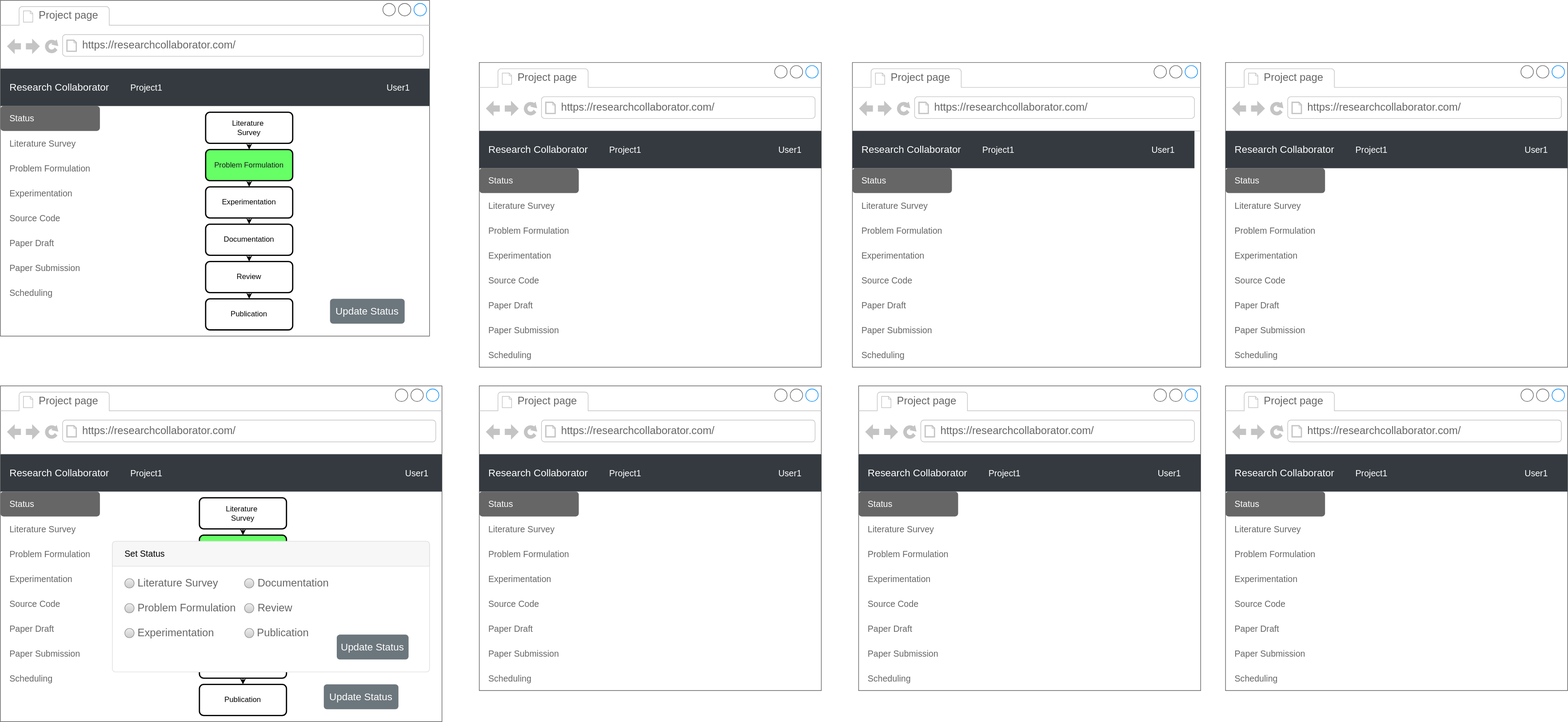
Before: mockups/project_tabs.svg, a diagram exported from draw.io (ajayago/research-collaborator). Source tidied: cells renumbered, new cells last; positions are measured from the earlier drawing's top-left corner, leaving out a move shared by most shapes.
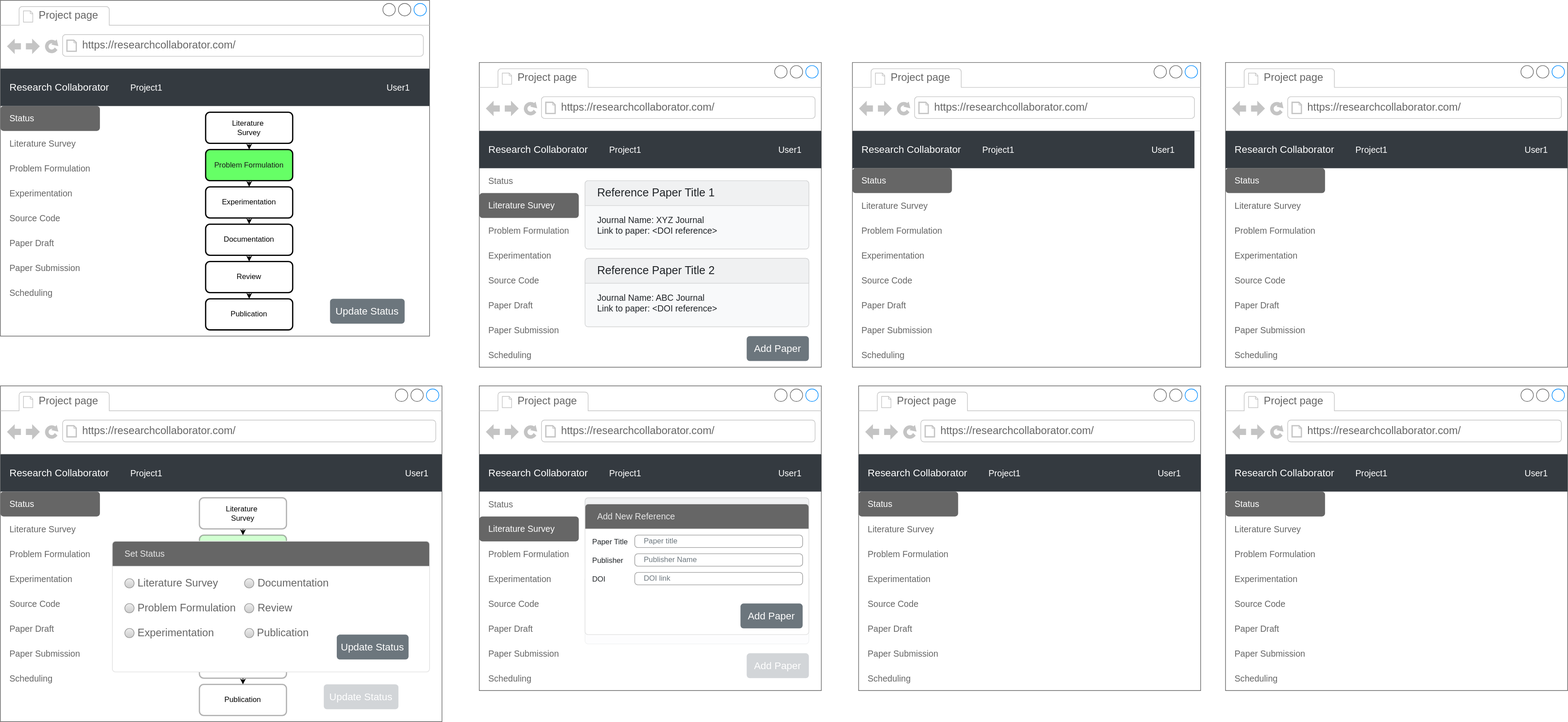
Later version of the same file.

Commit message:
Update project_tabs.svg - Added literature survey and update page

What changed in the source:
```diff
@@ -90,5 +90,2 @@
     </mxCell>
-    <mxCell id="28" value="Status" style="html=1;shadow=0;dashed=0;shape=mxgraph.bootstrap.rrect;rSize=5;strokeColor=none;fontSize=14;fontColor=#ffffff;align=left;spacing=15;fillColor=#666666;" parent="22" vertex="1">
-      <mxGeometry y="170" width="160" height="40" as="geometry" />
-    </mxCell>
     <mxCell id="29" value="Literature Survey" style="fillColor=none;strokeColor=none;fontSize=14;align=left;spacing=15;fontColor=#666666;" parent="22" vertex="1">
@@ -114,2 +111,23 @@
     </mxCell>
+    <mxCell id="147" value="Literature Survey" style="html=1;shadow=0;dashed=0;shape=mxgraph.bootstrap.rrect;rSize=5;strokeColor=none;fontSize=14;fontColor=#ffffff;align=left;spacing=15;fillColor=#666666;" parent="22" vertex="1">
+      <mxGeometry y="210" width="160" height="40" as="geometry" />
+    </mxCell>
+    <mxCell id="148" value="Status" style="fillColor=none;strokeColor=none;fontSize=14;align=left;spacing=15;fontColor=#666666;" parent="22" vertex="1">
+      <mxGeometry y="170" width="130" height="40" as="geometry" />
+    </mxCell>
+    <mxCell id="149" value="Journal Name: XYZ Journal&lt;br&gt;Link to paper: &amp;lt;DOI reference&amp;gt;" style="html=1;shadow=0;dashed=0;shape=mxgraph.bootstrap.rrect;rSize=5;strokeColor=#D2D3D4;html=1;whiteSpace=wrap;fillColor=#F8F9FA;fontColor=#212529;verticalAlign=bottom;align=left;spacing=20;spacingBottom=0;fontSize=14;" parent="22" vertex="1">
+      <mxGeometry x="170" y="190" width="360" height="110" as="geometry" />
+    </mxCell>
+    <mxCell id="150" value="Reference Paper Title 1" style="html=1;shadow=0;dashed=0;shape=mxgraph.bootstrap.topButton;rSize=5;perimeter=none;whiteSpace=wrap;fillColor=#F0F1F2;strokeColor=#D2D3D4;fontColor=#212529;fontSize=18;align=left;spacing=20;" parent="149" vertex="1">
+      <mxGeometry width="360" height="40" relative="1" as="geometry" />
+    </mxCell>
+    <mxCell id="151" value="Journal Name: ABC Journal&lt;br&gt;Link to paper: &amp;lt;DOI reference&amp;gt;" style="html=1;shadow=0;dashed=0;shape=mxgraph.bootstrap.rrect;rSize=5;strokeColor=#D2D3D4;html=1;whiteSpace=wrap;fillColor=#F8F9FA;fontColor=#212529;verticalAlign=bottom;align=left;spacing=20;spacingBottom=0;fontSize=14;" parent="22" vertex="1">
+      <mxGeometry x="170" y="315" width="360" height="110" as="geometry" />
+    </mxCell>
+    <mxCell id="152" value="Reference Paper Title 2" style="html=1;shadow=0;dashed=0;shape=mxgraph.bootstrap.topButton;rSize=5;perimeter=none;whiteSpace=wrap;fillColor=#F0F1F2;strokeColor=#D2D3D4;fontColor=#212529;fontSize=18;align=left;spacing=20;" parent="151" vertex="1">
+      <mxGeometry width="360" height="40" relative="1" as="geometry" />
+    </mxCell>
+    <mxCell id="153" value="Add Paper" style="html=1;shadow=0;dashed=0;shape=mxgraph.bootstrap.rrect;rSize=5;strokeColor=none;strokeWidth=1;fillColor=#6C767D;fontColor=#FFFFFF;whiteSpace=wrap;align=center;verticalAlign=middle;spacingLeft=0;fontStyle=0;fontSize=16;spacing=5;" parent="22" vertex="1">
+      <mxGeometry x="430" y="440" width="100" height="40" as="geometry" />
+    </mxCell>
     <mxCell id="36" style="strokeWidth=1;shadow=0;dashed=0;align=center;html=1;shape=mxgraph.mockup.containers.browserWindow;rSize=0;strokeColor=#666666;strokeColor2=#008cff;strokeColor3=#c4c4c4;mainText=,;" parent="1" vertex="1">
@@ -231,6 +249,6 @@
     </mxCell>
-    <mxCell id="71" value="&lt;font color=&quot;#000000&quot;&gt;Literature&amp;nbsp;&lt;span style=&quot;font-family: monospace ; font-size: 0px&quot;&gt;3CmxGraphModel%3E%3Croot%3E%3CmxCell%20id%3D%220%22%2F%3E%3CmxCell%20id%3D%221%22%20parent%3D%220%22%2F%3E%3CmxCell%20id%3D%222%22%20value%3D%22%22%20style%3D%22strokeWidth%3D1%3Bshadow%3D0%3Bdashed%3D0%3Balign%3Dcenter%3Bhtml%3D1%3Bshape%3Dmxgraph.mockup.containers.browserWindow%3BrSize%3D0%3BstrokeColor%3D%23666666%3BstrokeColor2%3D%23008cff%3BstrokeColor3%3D%23c4c4c4%3BmainText%3D%2C%3BrecursiveResize%3D0%3B%22%20vertex%3D%221%22%20parent%3D%221%22%3E%3CmxGeometry%20x%3D%2240%22%20y%3D%2240%22%20width%3D%22550%22%20height%3D%22440%22%20as%3D%22geometry%22%2F%3E%3C%2FmxCell%3E%3CmxCell%20id%3D%223%22%20value%3D%22Project%20page%22%20style%3D%22strokeWidth%3D1%3Bshadow%3D0%3Bdashed%3D0%3Balign%3Dcenter%3Bhtml%3D1%3Bshape%3Dmxgraph.mockup.containers.anchor%3BfontSize%3D17%3BfontColor%3D%23666666%3Balign%3Dleft%3B%22%20vertex%3D%221%22%20parent%3D%222%22%3E%3CmxGeometry%20x%3D%2260%22%20y%3D%2212%22%20width%3D%22110%22%20height%3D%2226%22%20as%3D%22geometry%22%2F%3E%3C%2FmxCell%3E%3CmxCell%20id%3D%224%22%20value%3D%22https%3A%2F%2Fresearchcollaborator.com%2F%22%20style%3D%22strokeWidth%3D1%3Bshadow%3D0%3Bdashed%3D0%3Balign%3Dcenter%3Bhtml%3D1%3Bshape%3Dmxgraph.mockup.containers.anchor%3BrSize%3D0%3BfontSize%3D17%3BfontColor%3D%23666666%3Balign%3Dleft%3B%22%20vertex%3D%221%22%20parent%3D%222%22%3E%3CmxGeometry%20x%3D%22130%22%20y%3D%2260%22%20width%3D%22250%22%20height%3D%2226%22%20as%3D%22geometry%22%2F%3E%3C%2FmxCell%3E%3CmxCell%20id%3D%225%22%20value%3D%22Research%20Collaborator%22%20style%3D%22html%3D1%3Bshadow%3D0%3Bdashed%3D0%3BfillColor%3D%23343A40%3BstrokeColor%3Dnone%3BfontSize%3D16%3BfontColor%3D%23ffffff%3Balign%3Dleft%3Bspacing%3D15%3B%22%20vertex%3D%221%22%20parent%3D%222%22%3E%3CmxGeometry%20y%3D%22110%22%20width%3D%22550%22%20height%3D%2260%22%20as%3D%22geometry%22%2F%3E%3C%2FmxCell%3E%3CmxCell%20id%3D%226%22%20value%3D%22Project1%22%20style%3D%22fillColor%3Dnone%3BstrokeColor%3Dnone%3BfontSize%3D14%3BfontColor%3D%23ffffff%3Balign%3Dcenter%3B%22%20vertex%3D%221%22%20parent%3D%225%22%3E%3CmxGeometry%20width%3D%2270%22%20height%3D%2240%22%20relative%3D%221%22%20as%3D%22geometry%22%3E%3CmxPoint%20x%3D%22200%22%20y%3D%2210%22%20as%3D%22offset%22%2F%3E%3C%2FmxGeometry%3E%3C%2FmxCell%3E%3CmxCell%20id%3D%227%22%20value%3D%22User1%22%20style%3D%22fillColor%3Dnone%3BstrokeColor%3Dnone%3BfontSize%3D14%3Balign%3Dcenter%3BspacingRight%3D0%3BfontColor%3D%23FFFFFF%3B%22%20vertex%3D%221%22%20parent%3D%225%22%3E%3CmxGeometry%20width%3D%2280%22%20height%3D%2240%22%20relative%3D%221%22%20as%3D%22geometry%22%3E%3CmxPoint%20x%3D%22460%22%20y%3D%2210%22%20as%3D%22offset%22%2F%3E%3C%2FmxGeometry%3E%3C%2FmxCell%3E%3C%2Froot%3E%3C%2FmxGraphModel%3E&lt;/span&gt;&lt;br&gt;Survey&lt;/font&gt;" style="rounded=1;whiteSpace=wrap;html=1;absoluteArcSize=1;arcSize=14;strokeWidth=2;fontColor=#666666;fillColor=#FFFFFF;" parent="56" vertex="1">
+    <mxCell id="71" value="&lt;font color=&quot;#000000&quot;&gt;Literature&amp;nbsp;&lt;span style=&quot;font-family: monospace ; font-size: 0px&quot;&gt;3CmxGraphModel%3E%3Croot%3E%3CmxCell%20id%3D%220%22%2F%3E%3CmxCell%20id%3D%221%22%20parent%3D%220%22%2F%3E%3CmxCell%20id%3D%222%22%20value%3D%22%22%20style%3D%22strokeWidth%3D1%3Bshadow%3D0%3Bdashed%3D0%3Balign%3Dcenter%3Bhtml%3D1%3Bshape%3Dmxgraph.mockup.containers.browserWindow%3BrSize%3D0%3BstrokeColor%3D%23666666%3BstrokeColor2%3D%23008cff%3BstrokeColor3%3D%23c4c4c4%3BmainText%3D%2C%3BrecursiveResize%3D0%3B%22%20vertex%3D%221%22%20parent%3D%221%22%3E%3CmxGeometry%20x%3D%2240%22%20y%3D%2240%22%20width%3D%22550%22%20height%3D%22440%22%20as%3D%22geometry%22%2F%3E%3C%2FmxCell%3E%3CmxCell%20id%3D%223%22%20value%3D%22Project%20page%22%20style%3D%22strokeWidth%3D1%3Bshadow%3D0%3Bdashed%3D0%3Balign%3Dcenter%3Bhtml%3D1%3Bshape%3Dmxgraph.mockup.containers.anchor%3BfontSize%3D17%3BfontColor%3D%23666666%3Balign%3Dleft%3B%22%20vertex%3D%221%22%20parent%3D%222%22%3E%3CmxGeometry%20x%3D%2260%22%20y%3D%2212%22%20width%3D%22110%22%20height%3D%2226%22%20as%3D%22geometry%22%2F%3E%3C%2FmxCell%3E%3CmxCell%20id%3D%224%22%20value%3D%22https%3A%2F%2Fresearchcollaborator.com%2F%22%20style%3D%22strokeWidth%3D1%3Bshadow%3D0%3Bdashed%3D0%3Balign%3Dcenter%3Bhtml%3D1%3Bshape%3Dmxgraph.mockup.containers.anchor%3BrSize%3D0%3BfontSize%3D17%3BfontColor%3D%23666666%3Balign%3Dleft%3B%22%20vertex%3D%221%22%20parent%3D%222%22%3E%3CmxGeometry%20x%3D%22130%22%20y%3D%2260%22%20width%3D%22250%22%20height%3D%2226%22%20as%3D%22geometry%22%2F%3E%3C%2FmxCell%3E%3CmxCell%20id%3D%225%22%20value%3D%22Research%20Collaborator%22%20style%3D%22html%3D1%3Bshadow%3D0%3Bdashed%3D0%3BfillColor%3D%23343A40%3BstrokeColor%3Dnone%3BfontSize%3D16%3BfontColor%3D%23ffffff%3Balign%3Dleft%3Bspacing%3D15%3B%22%20vertex%3D%221%22%20parent%3D%222%22%3E%3CmxGeometry%20y%3D%22110%22%20width%3D%22550%22%20height%3D%2260%22%20as%3D%22geometry%22%2F%3E%3C%2FmxCell%3E%3CmxCell%20id%3D%226%22%20value%3D%22Project1%22%20style%3D%22fillColor%3Dnone%3BstrokeColor%3Dnone%3BfontSize%3D14%3BfontColor%3D%23ffffff%3Balign%3Dcenter%3B%22%20vertex%3D%221%22%20parent%3D%225%22%3E%3CmxGeometry%20width%3D%2270%22%20height%3D%2240%22%20relative%3D%221%22%20as%3D%22geometry%22%3E%3CmxPoint%20x%3D%22200%22%20y%3D%2210%22%20as%3D%22offset%22%2F%3E%3C%2FmxGeometry%3E%3C%2FmxCell%3E%3CmxCell%20id%3D%227%22%20value%3D%22User1%22%20style%3D%22fillColor%3Dnone%3BstrokeColor%3Dnone%3BfontSize%3D14%3Balign%3Dcenter%3BspacingRight%3D0%3BfontColor%3D%23FFFFFF%3B%22%20vertex%3D%221%22%20parent%3D%225%22%3E%3CmxGeometry%20width%3D%2280%22%20height%3D%2240%22%20relative%3D%221%22%20as%3D%22geometry%22%3E%3CmxPoint%20x%3D%22460%22%20y%3D%2210%22%20as%3D%22offset%22%2F%3E%3C%2FmxGeometry%3E%3C%2FmxCell%3E%3C%2Froot%3E%3C%2FmxGraphModel%3E&lt;/span&gt;&lt;br&gt;Survey&lt;/font&gt;" style="rounded=1;whiteSpace=wrap;html=1;absoluteArcSize=1;arcSize=14;strokeWidth=2;fontColor=#666666;fillColor=#FFFFFF;opacity=30;" parent="56" vertex="1">
       <mxGeometry x="320" y="180" width="140" height="50" as="geometry" />
     </mxCell>
-    <mxCell id="72" value="&lt;font color=&quot;#1a1a1a&quot;&gt;Problem Formulation&lt;/font&gt;" style="rounded=1;whiteSpace=wrap;html=1;absoluteArcSize=1;arcSize=14;strokeWidth=2;fontColor=#666666;fillColor=#66FF66;" parent="56" vertex="1">
+    <mxCell id="72" value="&lt;font color=&quot;#1a1a1a&quot;&gt;Problem Formulation&lt;/font&gt;" style="rounded=1;whiteSpace=wrap;html=1;absoluteArcSize=1;arcSize=14;strokeWidth=2;fontColor=#666666;fillColor=#66FF66;opacity=30;" parent="56" vertex="1">
       <mxGeometry x="320" y="240" width="140" height="50" as="geometry" />
@@ -249,9 +267,9 @@
     </mxCell>
-    <mxCell id="77" value="Update Status" style="html=1;shadow=0;dashed=0;shape=mxgraph.bootstrap.rrect;rSize=5;strokeColor=none;strokeWidth=1;fillColor=#6C767D;fontColor=#FFFFFF;whiteSpace=wrap;align=center;verticalAlign=middle;spacingLeft=0;fontStyle=0;fontSize=16;spacing=5;" parent="56" vertex="1">
+    <mxCell id="77" value="Update Status" style="html=1;shadow=0;dashed=0;shape=mxgraph.bootstrap.rrect;rSize=5;strokeColor=none;strokeWidth=1;fillColor=#6C767D;fontColor=#FFFFFF;whiteSpace=wrap;align=center;verticalAlign=middle;spacingLeft=0;fontStyle=0;fontSize=16;spacing=5;opacity=30;" parent="56" vertex="1">
       <mxGeometry x="520" y="480" width="120" height="40" as="geometry" />
     </mxCell>
-    <mxCell id="78" value="&lt;font color=&quot;#000000&quot;&gt;Review&lt;/font&gt;" style="rounded=1;whiteSpace=wrap;html=1;absoluteArcSize=1;arcSize=14;strokeWidth=2;fontColor=#666666;fillColor=#FFFFFF;" parent="56" vertex="1">
+    <mxCell id="78" value="&lt;font color=&quot;#000000&quot;&gt;Review&lt;/font&gt;" style="rounded=1;whiteSpace=wrap;html=1;absoluteArcSize=1;arcSize=14;strokeWidth=2;fontColor=#666666;fillColor=#FFFFFF;opacity=30;" parent="56" vertex="1">
       <mxGeometry x="320" y="420" width="140" height="50" as="geometry" />
     </mxCell>
-    <mxCell id="79" value="&lt;font color=&quot;#000000&quot;&gt;Publication&lt;/font&gt;" style="rounded=1;whiteSpace=wrap;html=1;absoluteArcSize=1;arcSize=14;strokeWidth=2;fontColor=#666666;fillColor=#FFFFFF;" parent="56" vertex="1">
+    <mxCell id="79" value="&lt;font color=&quot;#000000&quot;&gt;Publication&lt;/font&gt;" style="rounded=1;whiteSpace=wrap;html=1;absoluteArcSize=1;arcSize=14;strokeWidth=2;fontColor=#666666;fillColor=#FFFFFF;opacity=30;" parent="56" vertex="1">
       <mxGeometry x="320" y="480" width="140" height="50" as="geometry" />
@@ -267,3 +285,3 @@
     </mxCell>
-    <mxCell id="83" value="Set Status" style="html=1;shadow=0;dashed=0;shape=mxgraph.bootstrap.topButton;strokeColor=inherit;fillColor=#F7F7F7;rSize=5;perimeter=none;whiteSpace=wrap;align=left;spacing=20;fontSize=14;" parent="82" vertex="1">
+    <mxCell id="83" value="&lt;font color=&quot;#e6e6e6&quot;&gt;Set Status&lt;/font&gt;" style="html=1;shadow=0;dashed=0;shape=mxgraph.bootstrap.topButton;strokeColor=inherit;rSize=5;perimeter=none;whiteSpace=wrap;align=left;spacing=20;fontSize=14;fillColor=#666666;" parent="82" vertex="1">
       <mxGeometry width="510" height="40" relative="1" as="geometry" />
@@ -298,5 +316,2 @@
     </mxCell>
-    <mxCell id="92" value="Status" style="html=1;shadow=0;dashed=0;shape=mxgraph.bootstrap.rrect;rSize=5;strokeColor=none;fontSize=14;fontColor=#ffffff;align=left;spacing=15;fillColor=#666666;" parent="86" vertex="1">
-      <mxGeometry y="170" width="160" height="40" as="geometry" />
-    </mxCell>
     <mxCell id="93" value="Literature Survey" style="fillColor=none;strokeColor=none;fontSize=14;align=left;spacing=15;fontColor=#666666;" parent="86" vertex="1">
@@ -322,2 +337,23 @@
     </mxCell>
+    <mxCell id="154" value="Literature Survey" style="html=1;shadow=0;dashed=0;shape=mxgraph.bootstrap.rrect;rSize=5;strokeColor=none;fontSize=14;fontColor=#ffffff;align=left;spacing=15;fillColor=#666666;" parent="86" vertex="1">
+      <mxGeometry y="210" width="160" height="40" as="geometry" />
+    </mxCell>
+    <mxCell id="155" value="Status" style="fillColor=none;strokeColor=none;fontSize=14;align=left;spacing=15;fontColor=#666666;" parent="86" vertex="1">
+      <mxGeometry y="170" width="130" height="40" as="geometry" />
+    </mxCell>
+    <mxCell id="156" value="Journal Name: XYZ Journal&lt;br&gt;Link to paper: &amp;lt;DOI reference&amp;gt;" style="html=1;shadow=0;dashed=0;shape=mxgraph.bootstrap.rrect;rSize=5;strokeColor=#D2D3D4;html=1;whiteSpace=wrap;fillColor=#F8F9FA;fontColor=#212529;verticalAlign=bottom;align=left;spacing=20;spacingBottom=0;fontSize=14;opacity=30;" parent="86" vertex="1">
+      <mxGeometry x="170" y="180" width="360" height="110" as="geometry" />
+    </mxCell>
+    <mxCell id="157" value="Reference Paper Title 1" style="html=1;shadow=0;dashed=0;shape=mxgraph.bootstrap.topButton;rSize=5;perimeter=none;whiteSpace=wrap;fillColor=#F0F1F2;strokeColor=#D2D3D4;fontColor=#212529;fontSize=18;align=left;spacing=20;" parent="156" vertex="1">
+      <mxGeometry width="360" height="40" relative="1" as="geometry" />
+    </mxCell>
+    <mxCell id="158" value="Journal Name: ABC Journal&lt;br&gt;Link to paper: &amp;lt;DOI reference&amp;gt;" style="html=1;shadow=0;dashed=0;shape=mxgraph.bootstrap.rrect;rSize=5;strokeColor=#D2D3D4;html=1;whiteSpace=wrap;fillColor=#F8F9FA;fontColor=#212529;verticalAlign=bottom;align=left;spacing=20;spacingBottom=0;fontSize=14;opacity=30;" parent="86" vertex="1">
+      <mxGeometry x="170" y="305" width="360" height="110" as="geometry" />
+    </mxCell>
+    <mxCell id="159" value="Reference Paper Title 2" style="html=1;shadow=0;dashed=0;shape=mxgraph.bootstrap.topButton;rSize=5;perimeter=none;whiteSpace=wrap;fillColor=#F0F1F2;strokeColor=#D2D3D4;fontColor=#212529;fontSize=18;align=left;spacing=20;" parent="158" vertex="1">
+      <mxGeometry width="360" height="40" relative="1" as="geometry" />
+    </mxCell>
+    <mxCell id="160" value="Add Paper" style="html=1;shadow=0;dashed=0;shape=mxgraph.bootstrap.rrect;rSize=5;strokeColor=none;strokeWidth=1;fillColor=#6C767D;fontColor=#FFFFFF;whiteSpace=wrap;align=center;verticalAlign=middle;spacingLeft=0;fontStyle=0;fontSize=16;spacing=5;opacity=30;" parent="86" vertex="1">
+      <mxGeometry x="430" y="430" width="100" height="40" as="geometry" />
+    </mxCell>
     <mxCell id="100" style="strokeWidth=1;shadow=0;dashed=0;align=center;html=1;shape=mxgraph.mockup.containers.browserWindow;rSize=0;strokeColor=#666666;strokeColor2=#008cff;strokeColor3=#c4c4c4;mainText=,;" parent="1" vertex="1">
@@ -471,2 +507,29 @@
     </mxCell>
+    <mxCell id="161" style="html=1;shadow=0;dashed=0;shape=mxgraph.bootstrap.rrect;rSize=5;strokeColor=#DFDFDF;html=1;whiteSpace=wrap;fillColor=#FFFFFF;fontColor=#000000;" parent="1" vertex="1">
+      <mxGeometry x="940" y="810" width="360" height="210" as="geometry" />
+    </mxCell>
+    <mxCell id="162" value="&lt;font color=&quot;#e6e6e6&quot;&gt;Add New Reference&lt;/font&gt;" style="html=1;shadow=0;dashed=0;shape=mxgraph.bootstrap.topButton;strokeColor=inherit;rSize=5;perimeter=none;whiteSpace=wrap;align=left;spacing=20;fontSize=14;fillColor=#666666;" parent="161" vertex="1">
+      <mxGeometry width="360" height="40" relative="1" as="geometry" />
+    </mxCell>
+    <mxCell id="163" value="Add Paper" style="html=1;shadow=0;dashed=0;shape=mxgraph.bootstrap.rrect;rSize=5;strokeColor=none;strokeWidth=1;fillColor=#6C767D;fontColor=#FFFFFF;whiteSpace=wrap;align=center;verticalAlign=middle;spacingLeft=0;fontStyle=0;fontSize=16;spacing=5;" parent="161" vertex="1">
+      <mxGeometry x="250" y="160" width="100" height="40" as="geometry" />
+    </mxCell>
+    <mxCell id="164" value="Paper Title" style="fillColor=none;strokeColor=none;align=left;fontSize=12;fontColor=#212529;" parent="1" vertex="1">
+      <mxGeometry x="950" y="860" width="60" height="20" as="geometry" />
+    </mxCell>
+    <mxCell id="165" value="Paper title" style="html=1;shadow=0;dashed=0;shape=mxgraph.bootstrap.rrect;rSize=5;fillColor=none;strokeColor=#999999;align=left;spacing=15;fontSize=12;fontColor=#6C767D;" parent="1" vertex="1">
+      <mxGeometry x="1020" y="860" width="270" height="20" as="geometry" />
+    </mxCell>
+    <mxCell id="166" value="Publisher" style="fillColor=none;strokeColor=none;align=left;fontSize=12;fontColor=#212529;" parent="1" vertex="1">
+      <mxGeometry x="950" y="890" width="60" height="20" as="geometry" />
+    </mxCell>
+    <mxCell id="167" value="Publisher Name" style="html=1;shadow=0;dashed=0;shape=mxgraph.bootstrap.rrect;rSize=5;fillColor=none;strokeColor=#999999;align=left;spacing=15;fontSize=12;fontColor=#6C767D;" parent="1" vertex="1">
+      <mxGeometry x="1020" y="890" width="270" height="20" as="geometry" />
+    </mxCell>
+    <mxCell id="168" value="DOI" style="fillColor=none;strokeColor=none;align=left;fontSize=12;fontColor=#212529;" parent="1" vertex="1">
+      <mxGeometry x="950" y="920" width="60" height="20" as="geometry" />
+    </mxCell>
+    <mxCell id="169" value="DOI link" style="html=1;shadow=0;dashed=0;shape=mxgraph.bootstrap.rrect;rSize=5;fillColor=none;strokeColor=#999999;align=left;spacing=15;fontSize=12;fontColor=#6C767D;" parent="1" vertex="1">
+      <mxGeometry x="1020" y="920" width="270" height="20" as="geometry" />
+    </mxCell>
   </root>
```
